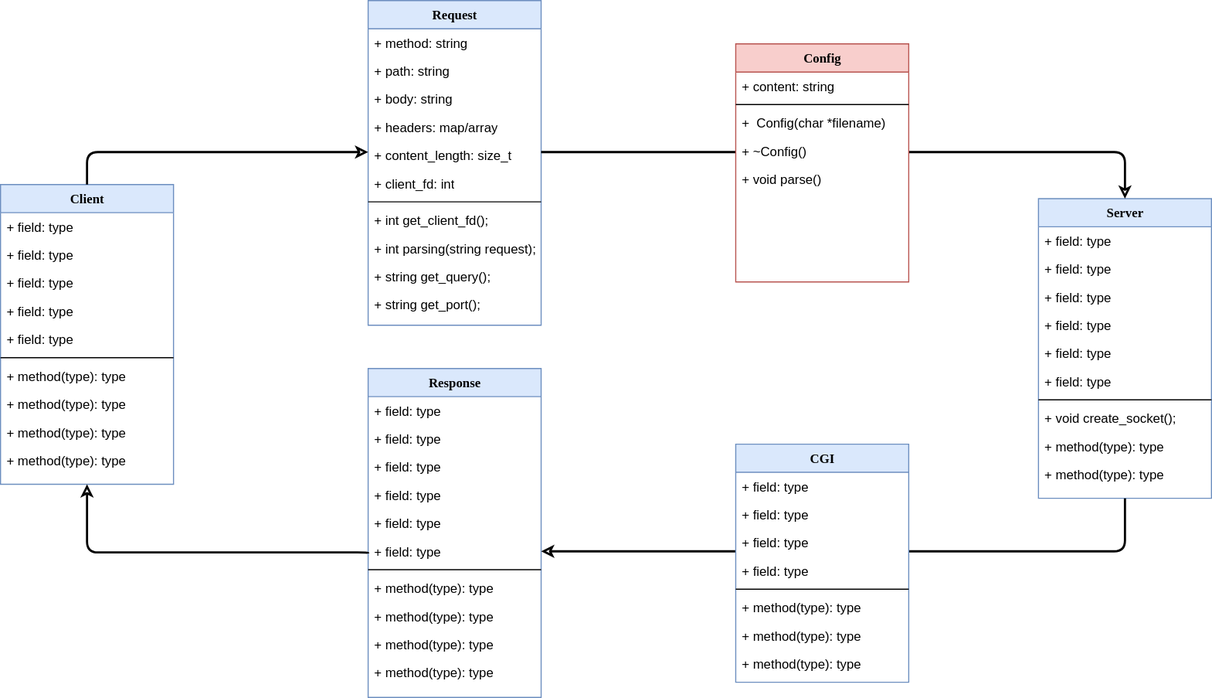
iker-gonzalez/webserv keeps this draw.io diagram as uml/class_diagram.svg. Above is the earlier version. Source tidied: cells renumbered, new cells last; positions are measured from the earlier drawing's top-left corner, leaving out a move shared by most shapes.
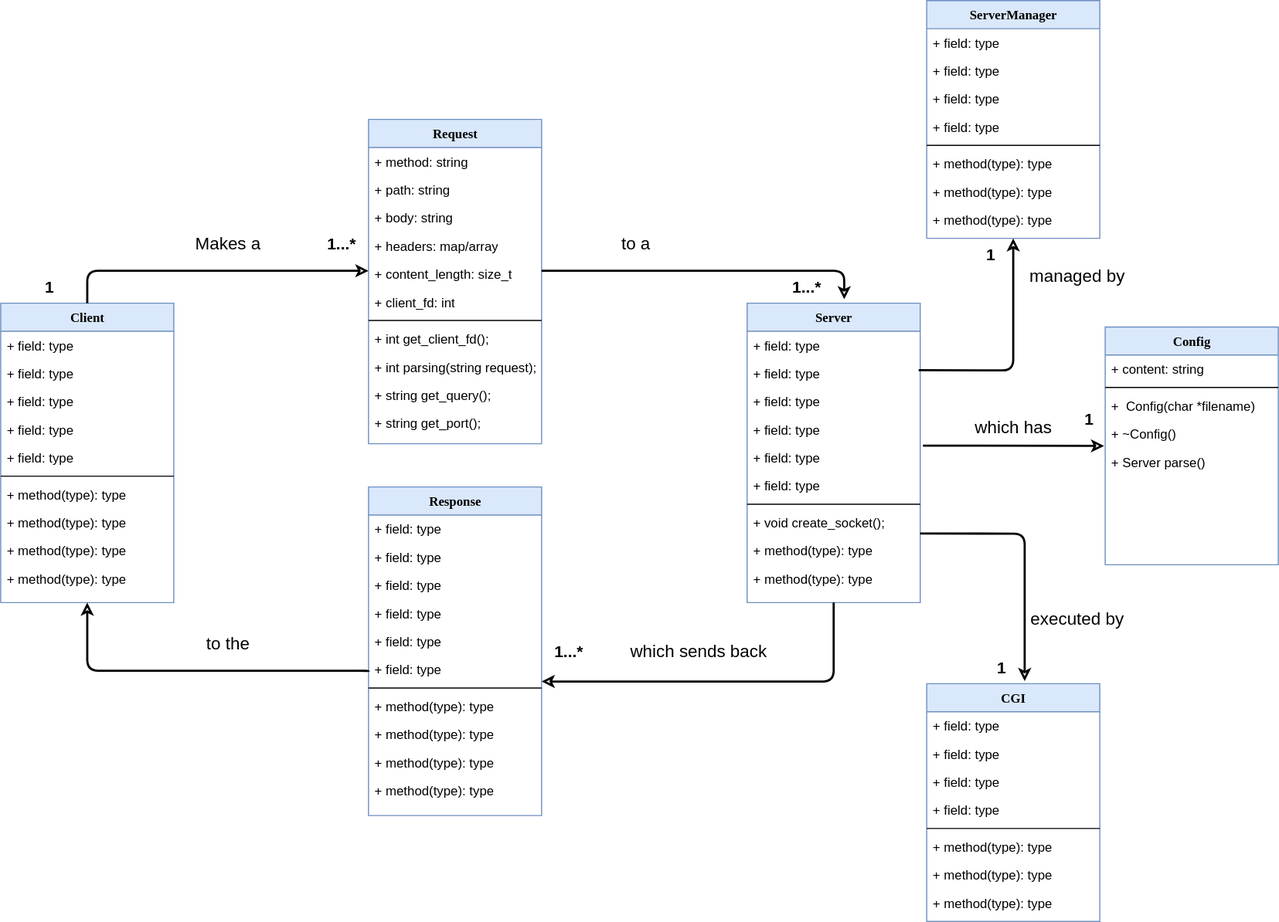
Above is the later version.

Change to the diagram source:
```diff
@@ -3,7 +3,7 @@
     <mxCell id="0" />
     <mxCell id="1" parent="0" />
     <mxCell id="2" value="Client" style="swimlane;html=1;fontStyle=1;align=center;verticalAlign=top;horizontal=1;startSize=26;swimlaneFillColor=#ffffff;rounded=0;shadow=0;comic=0;labelBackgroundColor=none;strokeWidth=1;fillColor=#dae8fc;fontFamily=Verdana;fontSize=12;strokeColor=#6c8ebf;" parent="1" vertex="1">
-      <mxGeometry y="170" width="160" height="277" as="geometry" />
+      <mxGeometry x="-60" y="168" width="160" height="277" as="geometry" />
     </mxCell>
     <mxCell id="3" value="+ field: type" style="text;html=1;strokeColor=none;fillColor=none;align=left;verticalAlign=top;spacingLeft=4;spacingRight=4;whiteSpace=wrap;overflow=hidden;" parent="2" vertex="1">
       <mxGeometry y="26" width="160" height="26" as="geometry" />
@@ -36,7 +36,7 @@
       <mxGeometry y="242" width="160" height="26" as="geometry" />
     </mxCell>
     <mxCell id="13" value="Server" style="swimlane;html=1;fontStyle=1;align=center;verticalAlign=top;horizontal=1;startSize=26;swimlaneFillColor=#ffffff;rounded=0;shadow=0;comic=0;labelBackgroundColor=none;strokeWidth=1;fillColor=#dae8fc;fontFamily=Verdana;fontSize=12;strokeColor=#6c8ebf;" parent="1" vertex="1">
-      <mxGeometry x="960" y="183" width="160" height="277" as="geometry" />
+      <mxGeometry x="630" y="168" width="160" height="277" as="geometry" />
     </mxCell>
     <mxCell id="14" value="+ field: type" style="text;html=1;strokeColor=none;fillColor=none;align=left;verticalAlign=top;spacingLeft=4;spacingRight=4;whiteSpace=wrap;overflow=hidden;" parent="13" vertex="1">
       <mxGeometry y="26" width="160" height="26" as="geometry" />
@@ -69,7 +69,7 @@
       <mxGeometry y="242" width="160" height="26" as="geometry" />
     </mxCell>
     <mxCell id="24" value="Request" style="swimlane;html=1;fontStyle=1;align=center;verticalAlign=top;horizontal=1;startSize=26;swimlaneFillColor=#ffffff;rounded=0;shadow=0;comic=0;labelBackgroundColor=none;strokeWidth=1;fillColor=#dae8fc;fontFamily=Verdana;fontSize=12;strokeColor=#6c8ebf;" parent="1" vertex="1">
-      <mxGeometry x="340" width="160" height="300" as="geometry" />
+      <mxGeometry x="280" y="-2" width="160" height="300" as="geometry" />
     </mxCell>
     <mxCell id="25" value="+ method: string" style="text;html=1;strokeColor=none;fillColor=none;align=left;verticalAlign=top;spacingLeft=4;spacingRight=4;whiteSpace=wrap;overflow=hidden;" parent="24" vertex="1">
       <mxGeometry y="26" width="160" height="26" as="geometry" />
@@ -105,7 +105,7 @@
       <mxGeometry y="268" width="160" height="26" as="geometry" />
     </mxCell>
     <mxCell id="36" value="Response" style="swimlane;html=1;fontStyle=1;align=center;verticalAlign=top;horizontal=1;startSize=26;swimlaneFillColor=#ffffff;rounded=0;shadow=0;comic=0;labelBackgroundColor=none;strokeWidth=1;fillColor=#dae8fc;fontFamily=Verdana;fontSize=12;strokeColor=#6c8ebf;" parent="1" vertex="1">
-      <mxGeometry x="340" y="340" width="160" height="304" as="geometry" />
+      <mxGeometry x="280" y="338" width="160" height="304" as="geometry" />
     </mxCell>
     <mxCell id="37" value="+ field: type" style="text;html=1;strokeColor=none;fillColor=none;align=left;verticalAlign=top;spacingLeft=4;spacingRight=4;whiteSpace=wrap;overflow=hidden;" parent="36" vertex="1">
       <mxGeometry y="26" width="160" height="26" as="geometry" />
@@ -142,39 +142,31 @@
     </mxCell>
     <mxCell id="48" style="edgeStyle=elbowEdgeStyle;html=1;labelBackgroundColor=none;startFill=0;endArrow=classic;endFill=0;fontFamily=Verdana;fontSize=12;elbow=vertical;strokeWidth=2;" parent="1" edge="1" source="2">
       <mxGeometry relative="1" as="geometry">
-        <mxPoint x="340" y="140" as="targetPoint" />
+        <mxPoint x="280" y="138" as="targetPoint" />
         <Array as="points">
-          <mxPoint x="450" y="140" />
+          <mxPoint x="390" y="138" />
         </Array>
       </mxGeometry>
     </mxCell>
-    <mxCell id="49" style="edgeStyle=elbowEdgeStyle;html=1;labelBackgroundColor=none;startFill=0;endArrow=classic;endFill=0;fontFamily=Verdana;fontSize=12;elbow=vertical;strokeWidth=2;entryX=0.5;entryY=0;entryDx=0;entryDy=0;" parent="1" edge="1" target="13">
+    <mxCell id="49" style="edgeStyle=elbowEdgeStyle;html=1;labelBackgroundColor=none;startFill=0;endArrow=classic;endFill=0;fontFamily=Verdana;fontSize=12;elbow=vertical;strokeWidth=2;entryX=0.561;entryY=-0.013;entryDx=0;entryDy=0;entryPerimeter=0;" parent="1" edge="1" target="13">
       <mxGeometry relative="1" as="geometry">
-        <mxPoint x="500" y="140" as="sourcePoint" />
+        <mxPoint x="440" y="138" as="sourcePoint" />
         <Array as="points">
-          <mxPoint x="620" y="140" />
+          <mxPoint x="560" y="138" />
         </Array>
       </mxGeometry>
     </mxCell>
-    <mxCell id="50" style="edgeStyle=elbowEdgeStyle;html=1;labelBackgroundColor=none;startFill=0;endArrow=classic;endFill=0;fontFamily=Verdana;fontSize=12;elbow=vertical;strokeWidth=2;entryX=1;entryY=0.5;entryDx=0;entryDy=0;exitX=0.5;exitY=1;exitDx=0;exitDy=0;" parent="1" edge="1" source="13" target="42">
-      <mxGeometry relative="1" as="geometry">
-        <Array as="points">
-          <mxPoint x="670" y="509" />
-          <mxPoint x="740" y="510" />
-        </Array>
-      </mxGeometry>
-    </mxCell>
     <mxCell id="51" style="edgeStyle=elbowEdgeStyle;html=1;labelBackgroundColor=none;startFill=0;endArrow=classic;endFill=0;fontFamily=Verdana;fontSize=12;elbow=vertical;strokeWidth=2;entryX=0.5;entryY=1;entryDx=0;entryDy=0;" parent="1" edge="1" target="2">
       <mxGeometry relative="1" as="geometry">
-        <mxPoint x="340" y="511" as="sourcePoint" />
+        <mxPoint x="280" y="509" as="sourcePoint" />
         <Array as="points">
-          <mxPoint x="350" y="510" />
-          <mxPoint x="290" y="511" />
+          <mxPoint x="290" y="508" />
+          <mxPoint x="230" y="509" />
         </Array>
       </mxGeometry>
     </mxCell>
     <mxCell id="52" value="CGI" style="swimlane;html=1;fontStyle=1;align=center;verticalAlign=top;horizontal=1;startSize=26;swimlaneFillColor=#ffffff;rounded=0;shadow=0;comic=0;labelBackgroundColor=none;strokeWidth=1;fillColor=#dae8fc;fontFamily=Verdana;fontSize=12;strokeColor=#6c8ebf;" parent="1" vertex="1">
-      <mxGeometry x="680" y="410" width="160" height="220" as="geometry" />
+      <mxGeometry x="796" y="520" width="160" height="220" as="geometry" />
     </mxCell>
     <mxCell id="53" value="+ field: type" style="text;html=1;strokeColor=none;fillColor=none;align=left;verticalAlign=top;spacingLeft=4;spacingRight=4;whiteSpace=wrap;overflow=hidden;" parent="52" vertex="1">
       <mxGeometry y="26" width="160" height="26" as="geometry" />
@@ -200,8 +192,8 @@
     <mxCell id="60" value="+ method(type): type" style="text;html=1;strokeColor=none;fillColor=none;align=left;verticalAlign=top;spacingLeft=4;spacingRight=4;whiteSpace=wrap;overflow=hidden;" parent="52" vertex="1">
       <mxGeometry y="190" width="160" height="26" as="geometry" />
     </mxCell>
-    <mxCell id="61" value="Config" style="swimlane;html=1;fontStyle=1;align=center;verticalAlign=top;horizontal=1;startSize=26;swimlaneFillColor=#ffffff;rounded=0;shadow=0;comic=0;labelBackgroundColor=none;strokeWidth=1;fillColor=#f8cecc;fontFamily=Verdana;fontSize=12;strokeColor=#b85450;" parent="1" vertex="1">
-      <mxGeometry x="680" y="40" width="160" height="220" as="geometry" />
+    <mxCell id="61" value="Config" style="swimlane;html=1;fontStyle=1;align=center;verticalAlign=top;horizontal=1;startSize=26;swimlaneFillColor=#ffffff;rounded=0;shadow=0;comic=0;labelBackgroundColor=none;strokeWidth=1;fillColor=#dae8fc;fontFamily=Verdana;fontSize=12;strokeColor=#6c8ebf;" parent="1" vertex="1">
+      <mxGeometry x="961" y="190" width="160" height="220" as="geometry" />
     </mxCell>
     <mxCell id="62" value="+ content: string" style="text;html=1;strokeColor=none;fillColor=none;align=left;verticalAlign=top;spacingLeft=4;spacingRight=4;whiteSpace=wrap;overflow=hidden;" parent="61" vertex="1">
       <mxGeometry y="26" width="160" height="26" as="geometry" />
@@ -215,8 +207,125 @@
     <mxCell id="65" value="+ ~Config()" style="text;html=1;strokeColor=none;fillColor=none;align=left;verticalAlign=top;spacingLeft=4;spacingRight=4;whiteSpace=wrap;overflow=hidden;" parent="61" vertex="1">
       <mxGeometry y="86" width="160" height="26" as="geometry" />
     </mxCell>
-    <mxCell id="66" value="+ void parse()" style="text;html=1;strokeColor=none;fillColor=none;align=left;verticalAlign=top;spacingLeft=4;spacingRight=4;whiteSpace=wrap;overflow=hidden;" parent="61" vertex="1">
+    <mxCell id="66" value="+ Server parse()" style="text;html=1;strokeColor=none;fillColor=none;align=left;verticalAlign=top;spacingLeft=4;spacingRight=4;whiteSpace=wrap;overflow=hidden;" parent="61" vertex="1">
       <mxGeometry y="112" width="160" height="26" as="geometry" />
     </mxCell>
+    <mxCell id="67" value="&lt;font style=&quot;font-size: 15px;&quot;&gt;&lt;b&gt;1...*&lt;/b&gt;&lt;/font&gt;" style="text;html=1;align=center;verticalAlign=middle;fillColor=none;strokeColor=none;rounded=0;strokeWidth=1;" parent="1" vertex="1">
+      <mxGeometry x="660" y="138" width="50" height="30" as="geometry" />
+    </mxCell>
+    <mxCell id="68" value="&lt;font style=&quot;font-size: 16px;&quot;&gt;Makes a&lt;/font&gt;" style="text;html=1;align=center;verticalAlign=middle;fillColor=none;strokeColor=none;rounded=0;strokeWidth=1;" parent="1" vertex="1">
+      <mxGeometry x="110" y="98" width="80" height="30" as="geometry" />
+    </mxCell>
+    <mxCell id="69" value="&lt;font style=&quot;font-size: 15px;&quot;&gt;&lt;b&gt;1&lt;/b&gt;&lt;/font&gt;" style="text;html=1;align=center;verticalAlign=middle;fillColor=none;strokeColor=none;rounded=0;strokeWidth=1;" parent="1" vertex="1">
+      <mxGeometry x="-30" y="138" width="30" height="30" as="geometry" />
+    </mxCell>
+    <mxCell id="70" value="&lt;font style=&quot;font-size: 15px;&quot;&gt;&lt;b&gt;1...*&lt;/b&gt;&lt;/font&gt;" style="text;html=1;align=center;verticalAlign=middle;fillColor=none;strokeColor=none;rounded=0;strokeWidth=1;" parent="1" vertex="1">
+      <mxGeometry x="230" y="98" width="50" height="30" as="geometry" />
+    </mxCell>
+    <mxCell id="71" value="&lt;font style=&quot;font-size: 16px;&quot;&gt;to a&lt;/font&gt;" style="text;html=1;align=center;verticalAlign=middle;fillColor=none;strokeColor=none;rounded=0;strokeWidth=1;" parent="1" vertex="1">
+      <mxGeometry x="502" y="98" width="50" height="30" as="geometry" />
+    </mxCell>
+    <mxCell id="72" style="edgeStyle=elbowEdgeStyle;html=1;labelBackgroundColor=none;startFill=0;endArrow=classic;endFill=0;fontFamily=Verdana;fontSize=12;elbow=vertical;strokeWidth=2;exitX=0.5;exitY=1;exitDx=0;exitDy=0;" parent="1" edge="1" source="13">
+      <mxGeometry relative="1" as="geometry">
+        <mxPoint x="440" y="518" as="targetPoint" />
+        <Array as="points">
+          <mxPoint x="580" y="518" />
+          <mxPoint x="443" y="488" />
+          <mxPoint x="440" y="488" />
+          <mxPoint x="680" y="488" />
+          <mxPoint x="840" y="285" />
+        </Array>
+      </mxGeometry>
+    </mxCell>
+    <mxCell id="73" value="&lt;font style=&quot;font-size: 16px;&quot;&gt;which sends back&lt;/font&gt;" style="text;html=1;align=center;verticalAlign=middle;fillColor=none;strokeColor=none;rounded=0;strokeWidth=1;" parent="1" vertex="1">
+      <mxGeometry x="510" y="475" width="150" height="30" as="geometry" />
+    </mxCell>
+    <mxCell id="74" value="&lt;font style=&quot;font-size: 15px;&quot;&gt;&lt;b&gt;1...*&lt;/b&gt;&lt;/font&gt;" style="text;html=1;align=center;verticalAlign=middle;fillColor=none;strokeColor=none;rounded=0;strokeWidth=1;" parent="1" vertex="1">
+      <mxGeometry x="440" y="475" width="50" height="30" as="geometry" />
+    </mxCell>
+    <mxCell id="75" value="&lt;font style=&quot;font-size: 16px;&quot;&gt;to the&lt;/font&gt;" style="text;html=1;align=center;verticalAlign=middle;fillColor=none;strokeColor=none;rounded=0;strokeWidth=1;" parent="1" vertex="1">
+      <mxGeometry x="120" y="468" width="60" height="30" as="geometry" />
+    </mxCell>
+    <mxCell id="76" style="edgeStyle=elbowEdgeStyle;html=1;labelBackgroundColor=none;startFill=0;endArrow=classic;endFill=0;fontFamily=Verdana;fontSize=12;elbow=vertical;strokeWidth=2;exitX=1.016;exitY=0.068;exitDx=0;exitDy=0;exitPerimeter=0;" parent="1" edge="1" source="18">
+      <mxGeometry relative="1" as="geometry">
+        <mxPoint x="960" y="300" as="targetPoint" />
+        <Array as="points">
+          <mxPoint x="880" y="300" />
+          <mxPoint x="555" y="318" />
+          <mxPoint x="552" y="318" />
+          <mxPoint x="792" y="318" />
+          <mxPoint x="952" y="115" />
+        </Array>
+      </mxGeometry>
+    </mxCell>
+    <mxCell id="77" value="&lt;font style=&quot;font-size: 16px;&quot;&gt;which has&lt;/font&gt;" style="text;html=1;align=center;verticalAlign=middle;fillColor=none;strokeColor=none;rounded=0;strokeWidth=1;" parent="1" vertex="1">
+      <mxGeometry x="831" y="268" width="90" height="30" as="geometry" />
+    </mxCell>
+    <mxCell id="78" value="&lt;font style=&quot;font-size: 15px;&quot;&gt;&lt;b&gt;1&lt;/b&gt;&lt;/font&gt;" style="text;html=1;align=center;verticalAlign=middle;fillColor=none;strokeColor=none;rounded=0;strokeWidth=1;" parent="1" vertex="1">
+      <mxGeometry x="931" y="260" width="30" height="30" as="geometry" />
+    </mxCell>
+    <mxCell id="79" value="ServerManager" style="swimlane;html=1;fontStyle=1;align=center;verticalAlign=top;horizontal=1;startSize=26;swimlaneFillColor=#ffffff;rounded=0;shadow=0;comic=0;labelBackgroundColor=none;strokeWidth=1;fillColor=#dae8fc;fontFamily=Verdana;fontSize=12;strokeColor=#6c8ebf;" parent="1" vertex="1">
+      <mxGeometry x="796" y="-112" width="160" height="220" as="geometry" />
+    </mxCell>
+    <mxCell id="80" value="+ field: type" style="text;html=1;strokeColor=none;fillColor=none;align=left;verticalAlign=top;spacingLeft=4;spacingRight=4;whiteSpace=wrap;overflow=hidden;" parent="79" vertex="1">
+      <mxGeometry y="26" width="160" height="26" as="geometry" />
+    </mxCell>
+    <mxCell id="81" value="+ field: type" style="text;html=1;strokeColor=none;fillColor=none;align=left;verticalAlign=top;spacingLeft=4;spacingRight=4;whiteSpace=wrap;overflow=hidden;" parent="79" vertex="1">
+      <mxGeometry y="52" width="160" height="26" as="geometry" />
+    </mxCell>
+    <mxCell id="82" value="+ field: type" style="text;html=1;strokeColor=none;fillColor=none;align=left;verticalAlign=top;spacingLeft=4;spacingRight=4;whiteSpace=wrap;overflow=hidden;" parent="79" vertex="1">
+      <mxGeometry y="78" width="160" height="26" as="geometry" />
+    </mxCell>
+    <mxCell id="83" value="+ field: type" style="text;html=1;strokeColor=none;fillColor=none;align=left;verticalAlign=top;spacingLeft=4;spacingRight=4;whiteSpace=wrap;overflow=hidden;" parent="79" vertex="1">
+      <mxGeometry y="104" width="160" height="26" as="geometry" />
+    </mxCell>
+    <mxCell id="84" style="line;html=1;strokeWidth=1;fillColor=none;align=left;verticalAlign=middle;spacingTop=-1;spacingLeft=3;spacingRight=3;labelPosition=right;" parent="79" vertex="1">
+      <mxGeometry y="130" width="160" height="8" as="geometry" />
+    </mxCell>
+    <mxCell id="85" value="+ method(type): type" style="text;html=1;strokeColor=none;fillColor=none;align=left;verticalAlign=top;spacingLeft=4;spacingRight=4;whiteSpace=wrap;overflow=hidden;" parent="79" vertex="1">
+      <mxGeometry y="138" width="160" height="26" as="geometry" />
+    </mxCell>
+    <mxCell id="86" value="+ method(type): type" style="text;html=1;strokeColor=none;fillColor=none;align=left;verticalAlign=top;spacingLeft=4;spacingRight=4;whiteSpace=wrap;overflow=hidden;" parent="79" vertex="1">
+      <mxGeometry y="164" width="160" height="26" as="geometry" />
+    </mxCell>
+    <mxCell id="87" value="+ method(type): type" style="text;html=1;strokeColor=none;fillColor=none;align=left;verticalAlign=top;spacingLeft=4;spacingRight=4;whiteSpace=wrap;overflow=hidden;" parent="79" vertex="1">
+      <mxGeometry y="190" width="160" height="26" as="geometry" />
+    </mxCell>
+    <mxCell id="88" style="edgeStyle=elbowEdgeStyle;html=1;labelBackgroundColor=none;startFill=0;endArrow=classic;endFill=0;fontFamily=Verdana;fontSize=12;elbow=vertical;strokeWidth=2;exitX=1.016;exitY=0.068;exitDx=0;exitDy=0;exitPerimeter=0;entryX=0.5;entryY=1;entryDx=0;entryDy=0;" parent="1" edge="1" target="79">
+      <mxGeometry relative="1" as="geometry">
+        <mxPoint x="788.6" y="230" as="sourcePoint" />
+        <Array as="points">
+          <mxPoint x="876" y="230.2" />
+          <mxPoint x="551" y="248.2" />
+          <mxPoint x="548" y="248.2" />
+          <mxPoint x="788" y="248.2" />
+          <mxPoint x="948" y="45.2" />
+        </Array>
+      </mxGeometry>
+    </mxCell>
+    <mxCell id="89" value="&lt;font style=&quot;font-size: 15px;&quot;&gt;&lt;b&gt;1&lt;/b&gt;&lt;/font&gt;" style="text;html=1;align=center;verticalAlign=middle;fillColor=none;strokeColor=none;rounded=0;strokeWidth=1;" parent="1" vertex="1">
+      <mxGeometry x="840" y="108" width="30" height="30" as="geometry" />
+    </mxCell>
+    <mxCell id="90" value="&lt;font style=&quot;font-size: 16px;&quot;&gt;managed by&lt;/font&gt;" style="text;html=1;align=center;verticalAlign=middle;fillColor=none;strokeColor=none;rounded=0;strokeWidth=1;" parent="1" vertex="1">
+      <mxGeometry x="880" y="128" width="110" height="30" as="geometry" />
+    </mxCell>
+    <mxCell id="91" style="edgeStyle=elbowEdgeStyle;html=1;labelBackgroundColor=none;startFill=0;endArrow=classic;endFill=0;fontFamily=Verdana;fontSize=12;elbow=vertical;strokeWidth=2;exitX=1.016;exitY=0.068;exitDx=0;exitDy=0;exitPerimeter=0;entryX=0.566;entryY=-0.011;entryDx=0;entryDy=0;entryPerimeter=0;" parent="1" edge="1" target="52">
+      <mxGeometry relative="1" as="geometry">
+        <mxPoint x="790" y="381" as="sourcePoint" />
+        <Array as="points">
+          <mxPoint x="877.4" y="381.2" />
+          <mxPoint x="552.4" y="399.2" />
+          <mxPoint x="549.4" y="399.2" />
+          <mxPoint x="789.4" y="399.2" />
+          <mxPoint x="949.4" y="196.2" />
+        </Array>
+      </mxGeometry>
+    </mxCell>
+    <mxCell id="92" value="&lt;font style=&quot;font-size: 15px;&quot;&gt;&lt;b&gt;1&lt;/b&gt;&lt;/font&gt;" style="text;html=1;align=center;verticalAlign=middle;fillColor=none;strokeColor=none;rounded=0;strokeWidth=1;" parent="1" vertex="1">
+      <mxGeometry x="850" y="490" width="30" height="30" as="geometry" />
+    </mxCell>
+    <mxCell id="93" value="&lt;font style=&quot;font-size: 16px;&quot;&gt;executed by&lt;/font&gt;" style="text;html=1;align=center;verticalAlign=middle;fillColor=none;strokeColor=none;rounded=0;strokeWidth=1;" parent="1" vertex="1">
+      <mxGeometry x="880" y="445" width="110" height="30" as="geometry" />
+    </mxCell>
   </root>
 </mxGraphModel>
```
